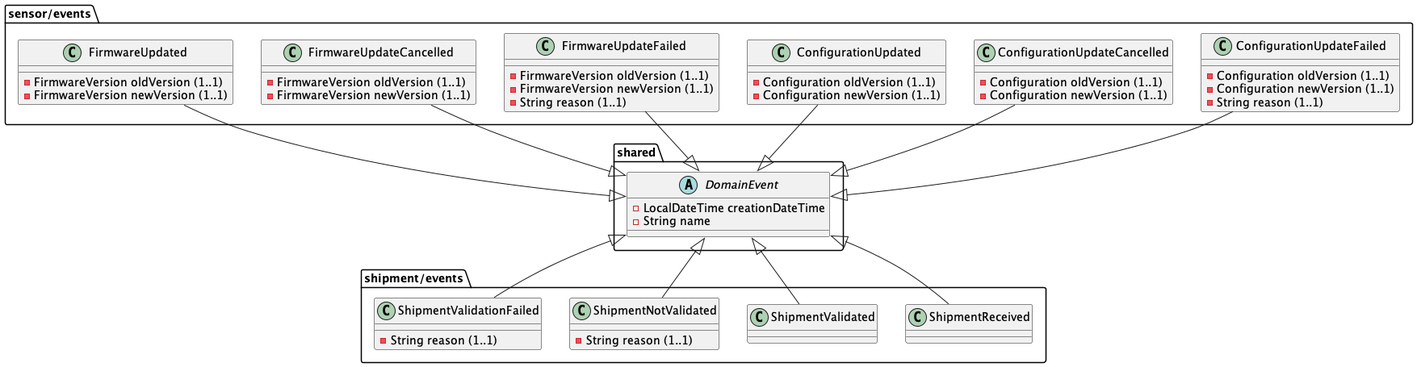
This is docs/images/DomainEvents.png from AboutCodingBE/validation-excercise, a PlantUML export, as it was before one commit.
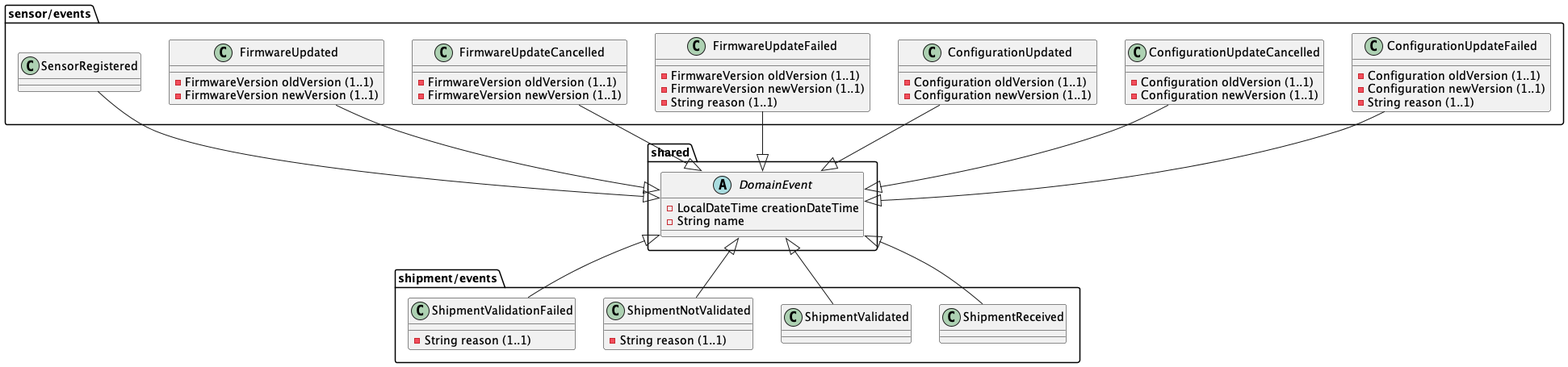
After the change.

Change to the diagram source:
```diff
@@ -1,12 +1,11 @@
 @startuml
 
 package shared {
-    abstract class DomainEvent {
-        -LocalDateTime creationDateTime
-        -String name
-    }
+  abstract class DomainEvent {
+    -LocalDateTime creationDateTime
+    -String name
+  }
 }
-
 
 package shipment/events {
   class ShipmentReceived {
@@ -30,6 +29,8 @@
 }
 
 package sensor/events {
+  class SensorRegistered {}
+
   class FirmwareUpdated {
     -FirmwareVersion oldVersion (1..1)
     -FirmwareVersion newVersion (1..1)
@@ -62,6 +63,7 @@
     -String reason (1..1)
   }
 
+  DomainEvent <|-up- SensorRegistered
   DomainEvent <|-up- FirmwareUpdated
   DomainEvent <|-up- FirmwareUpdateCancelled
   DomainEvent <|-up- FirmwareUpdateFailed
```
